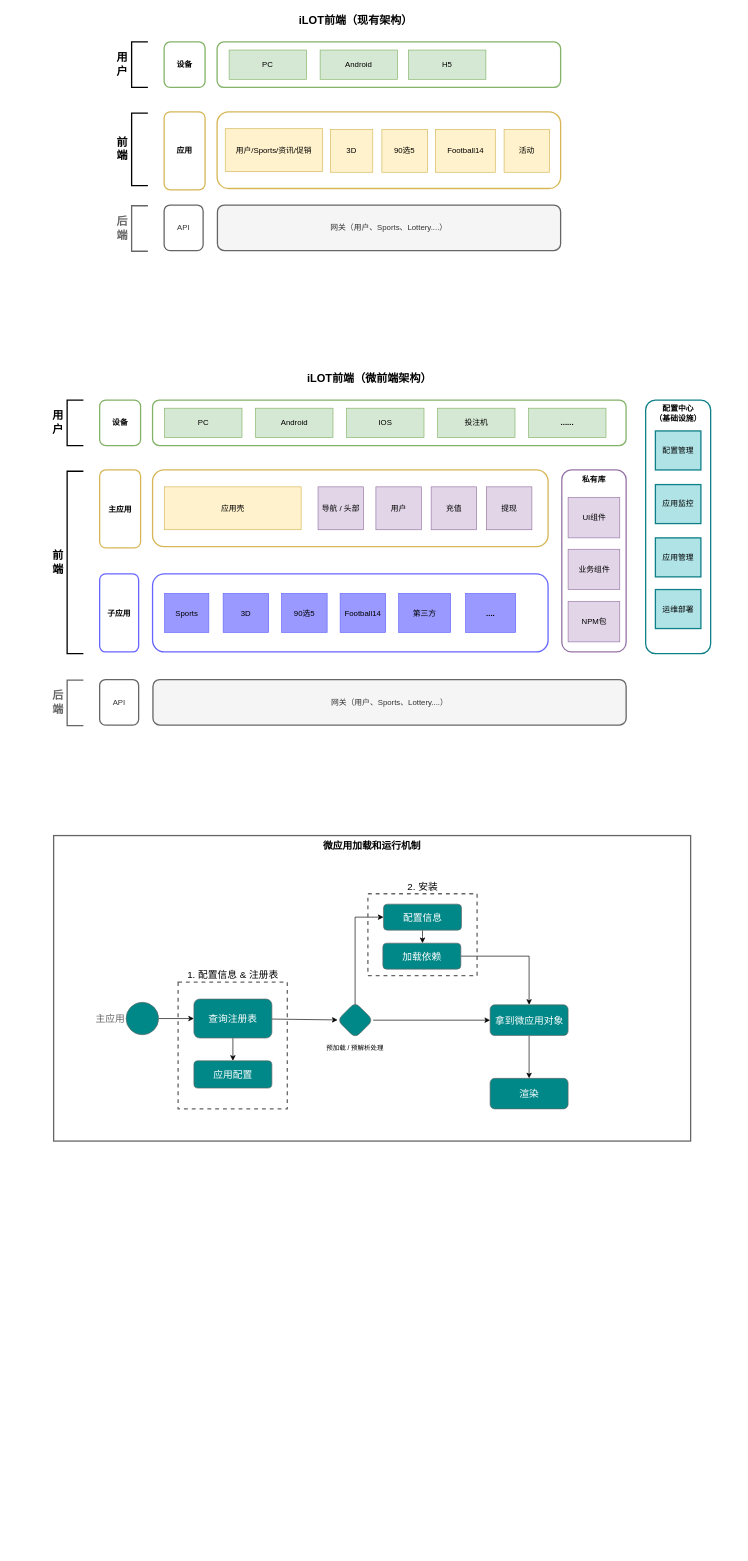
metre/images keeps this draw.io diagram as 前端总架构.drawio. Above is the earlier version. Source tidied: cells renumbered, new cells numbered last; positions are measured from the earlier drawing's top-left corner, leaving out a move shared by most shapes. Both pictures are drawn from the tidied source at 65%, with x=0, y=0 at pixel (53, 11).
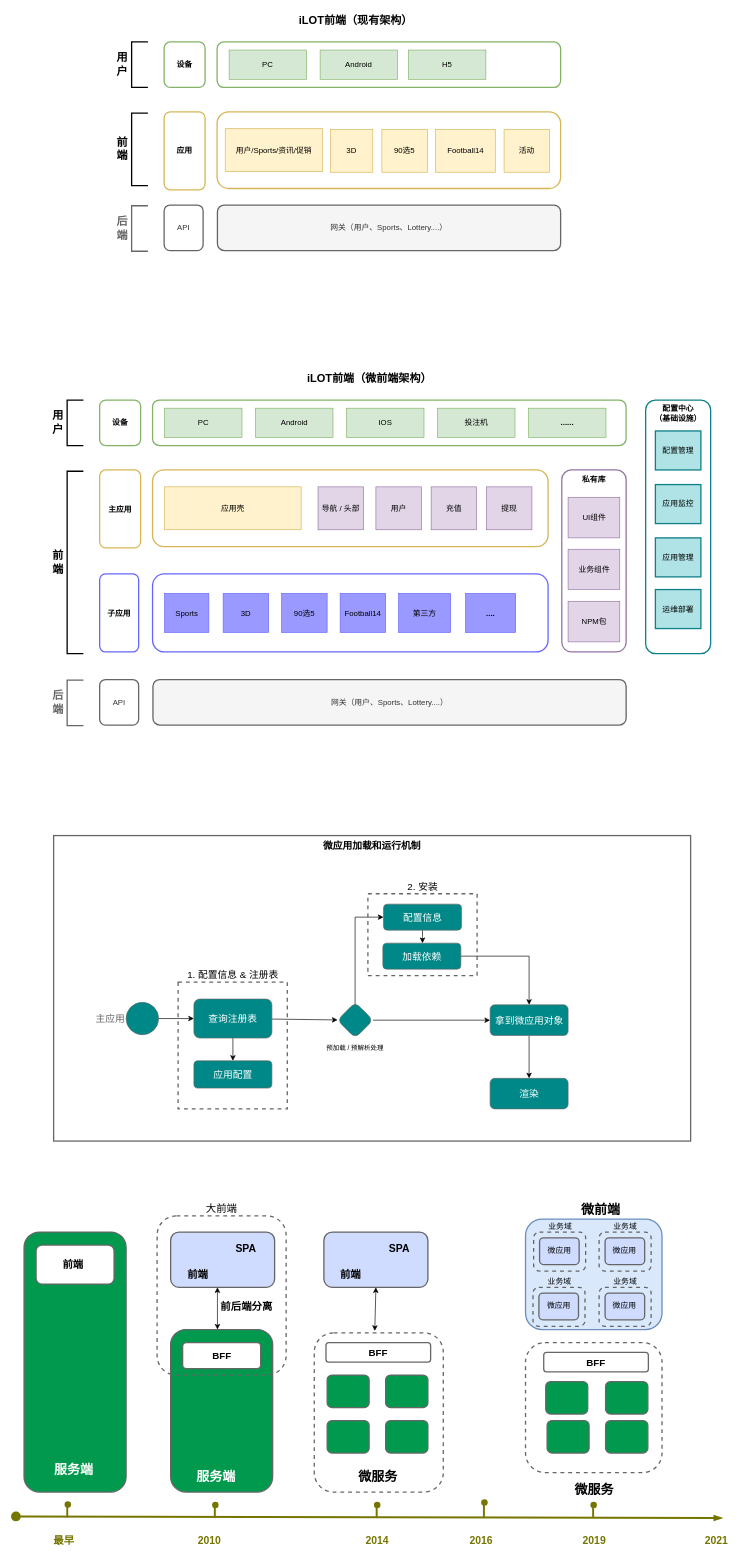
After the change.

Commit message:
前端总架构.drawio

Change to the diagram source:
```diff
@@
+    <mxCell id="77" style="rounded=1;whiteSpace=wrap;html=1;shadow=0;glass=0;sketch=0;fontFamily=Helvetica;fontSize=15;fontColor=#000000;strokeColor=#666666;strokeWidth=2;fillColor=#00994D;align=center;verticalAlign=top;" parent="1" vertex="1">
+      <mxGeometry x="-45.5" y="1878" width="157" height="400" as="geometry" />
+    </mxCell>
+    <mxCell id="78" style="rounded=1;whiteSpace=wrap;html=1;shadow=0;glass=0;sketch=0;fontFamily=Helvetica;fontSize=15;fontColor=#000000;strokeColor=#666666;strokeWidth=2;fillColor=#FFFFFF;align=center;verticalAlign=top;" parent="1" vertex="1">
+      <mxGeometry x="-27" y="1898" width="120" height="60" as="geometry" />
+    </mxCell>
+    <mxCell id="79" value="服务端" style="text;html=1;strokeColor=none;fillColor=none;align=center;verticalAlign=middle;whiteSpace=wrap;rounded=0;shadow=0;glass=0;sketch=0;fontFamily=Helvetica;fontSize=20;fontColor=#FFFFFF;fontStyle=1;" parent="1" vertex="1">
+      <mxGeometry x="-9.2" y="2228" width="80" height="30" as="geometry" />
+    </mxCell>
+    <mxCell id="80" value="前端" style="text;html=1;strokeColor=none;fillColor=none;align=center;verticalAlign=middle;whiteSpace=wrap;rounded=0;shadow=0;glass=0;sketch=0;fontFamily=Helvetica;fontSize=16;fontColor=#000000;fontStyle=1;" parent="1" vertex="1">
+      <mxGeometry y="1913" width="60" height="30" as="geometry" />
+    </mxCell>
+    <mxCell id="81" style="rounded=1;whiteSpace=wrap;html=1;shadow=0;glass=0;sketch=0;fontFamily=Helvetica;fontSize=15;fontColor=#000000;strokeColor=#666666;strokeWidth=2;fillColor=#00994D;align=center;verticalAlign=top;" parent="1" vertex="1">
+      <mxGeometry x="180" y="2028" width="157" height="250" as="geometry" />
+    </mxCell>
+    <mxCell id="82" value="服务端" style="text;html=1;strokeColor=none;fillColor=none;align=center;verticalAlign=middle;whiteSpace=wrap;rounded=0;shadow=0;glass=0;sketch=0;fontFamily=Helvetica;fontSize=20;fontColor=#FFFFFF;fontStyle=1;" parent="1" vertex="1">
+      <mxGeometry x="209.8" y="2238" width="80" height="30" as="geometry" />
+    </mxCell>
+    <mxCell id="83" value="BFF" style="rounded=1;whiteSpace=wrap;html=1;shadow=0;glass=0;sketch=0;fontFamily=Helvetica;fontSize=15;fontColor=#000000;strokeColor=#666666;strokeWidth=2;fillColor=#FFFFFF;align=center;verticalAlign=middle;fontStyle=1;" parent="1" vertex="1">
+      <mxGeometry x="198.5" y="2048" width="120" height="40" as="geometry" />
+    </mxCell>
+    <mxCell id="84" style="rounded=1;whiteSpace=wrap;html=1;shadow=0;glass=0;sketch=0;fontFamily=Helvetica;fontSize=15;fontColor=#000000;strokeColor=#666666;strokeWidth=2;fillColor=#CFDBFF;align=center;verticalAlign=top;" parent="1" vertex="1">
+      <mxGeometry x="180" y="1878" width="160" height="85" as="geometry" />
+    </mxCell>
+    <mxCell id="85" value="前端" style="text;html=1;strokeColor=none;fillColor=none;align=center;verticalAlign=middle;whiteSpace=wrap;rounded=0;shadow=0;glass=0;sketch=0;fontFamily=Helvetica;fontSize=16;fontColor=#000000;fontStyle=1;" parent="1" vertex="1">
+      <mxGeometry x="191.5" y="1928" width="60" height="30" as="geometry" />
+    </mxCell>
+    <mxCell id="86" value="SPA" style="text;html=1;strokeColor=none;fillColor=none;align=center;verticalAlign=middle;whiteSpace=wrap;rounded=0;shadow=0;glass=0;sketch=0;fontFamily=Helvetica;fontSize=16;fontColor=#000000;fontStyle=1;" parent="1" vertex="1">
+      <mxGeometry x="265.8" y="1888" width="60" height="30" as="geometry" />
+    </mxCell>
+    <mxCell id="87" style="endArrow=classic;startArrow=classic;html=1;rounded=0;fontFamily=Helvetica;fontSize=16;fontColor=#000000;jumpStyle=none;exitX=0.459;exitY=0;exitDx=0;exitDy=0;exitPerimeter=0;" parent="1" edge="1" source="81">
+      <mxGeometry relative="1" as="geometry">
+        <mxPoint x="252" y="1963" as="targetPoint" />
+        <Array as="points">
+          <mxPoint x="252" y="1988" />
+        </Array>
+      </mxGeometry>
+    </mxCell>
+    <mxCell id="88" value="前后端分离" style="text;html=1;strokeColor=none;fillColor=none;align=center;verticalAlign=middle;whiteSpace=wrap;rounded=0;shadow=0;glass=0;sketch=0;fontFamily=Helvetica;fontSize=16;fontColor=#000000;fontStyle=1;" parent="1" vertex="1">
+      <mxGeometry x="254" y="1978" width="86" height="30" as="geometry" />
+    </mxCell>
+    <mxCell id="89" value="大前端" style="rounded=1;shadow=0;glass=0;sketch=0;fontFamily=Helvetica;fontSize=16;fontColor=#000000;strokeColor=#666666;strokeWidth=2;fillColor=none;align=center;verticalAlign=bottom;dashed=1;labelPosition=center;verticalLabelPosition=top;html=1;" parent="1" vertex="1">
+      <mxGeometry x="159.2" y="1853" width="198.5" height="245" as="geometry" />
+    </mxCell>
+    <mxCell id="90" style="rounded=1;shadow=0;glass=0;sketch=0;fontFamily=Helvetica;fontSize=16;fontColor=#000000;strokeColor=#666666;strokeWidth=2;fillColor=none;align=center;verticalAlign=bottom;dashed=1;labelPosition=center;verticalLabelPosition=top;html=1;" parent="1" vertex="1">
+      <mxGeometry x="401" y="2033" width="198.5" height="245" as="geometry" />
+    </mxCell>
+    <mxCell id="91" value="BFF" style="rounded=1;whiteSpace=wrap;html=1;shadow=0;glass=0;sketch=0;fontFamily=Helvetica;fontSize=15;fontColor=#000000;strokeColor=#666666;strokeWidth=2;fillColor=#FFFFFF;align=center;verticalAlign=middle;fontStyle=1;" parent="1" vertex="1">
+      <mxGeometry x="419" y="2048" width="161" height="30" as="geometry" />
+    </mxCell>
+    <mxCell id="92" style="rounded=1;whiteSpace=wrap;html=1;shadow=0;glass=0;sketch=0;fontFamily=Helvetica;fontSize=15;fontColor=#000000;strokeColor=#666666;strokeWidth=2;fillColor=#00994D;align=center;verticalAlign=top;" parent="1" vertex="1">
+      <mxGeometry x="510.8" y="2098" width="65" height="50" as="geometry" />
+    </mxCell>
+    <mxCell id="93" style="rounded=1;whiteSpace=wrap;html=1;shadow=0;glass=0;sketch=0;fontFamily=Helvetica;fontSize=15;fontColor=#000000;strokeColor=#666666;strokeWidth=2;fillColor=#00994D;align=center;verticalAlign=top;" parent="1" vertex="1">
+      <mxGeometry x="420.8" y="2098" width="64.6" height="50" as="geometry" />
+    </mxCell>
+    <mxCell id="94" style="rounded=1;whiteSpace=wrap;html=1;shadow=0;glass=0;sketch=0;fontFamily=Helvetica;fontSize=15;fontColor=#000000;strokeColor=#666666;strokeWidth=2;fillColor=#00994D;align=center;verticalAlign=top;" parent="1" vertex="1">
+      <mxGeometry x="510.8" y="2168" width="65" height="50" as="geometry" />
+    </mxCell>
+    <mxCell id="95" style="rounded=1;whiteSpace=wrap;html=1;shadow=0;glass=0;sketch=0;fontFamily=Helvetica;fontSize=15;fontColor=#000000;strokeColor=#666666;strokeWidth=2;fillColor=#00994D;align=center;verticalAlign=top;" parent="1" vertex="1">
+      <mxGeometry x="420.8" y="2168" width="64.6" height="50" as="geometry" />
+    </mxCell>
+    <mxCell id="96" value="微服务" style="text;html=1;strokeColor=none;fillColor=none;align=center;verticalAlign=middle;whiteSpace=wrap;rounded=0;shadow=0;glass=0;sketch=0;fontFamily=Helvetica;fontSize=20;fontColor=#000000;fontStyle=1;" parent="1" vertex="1">
+      <mxGeometry x="459" y="2238" width="80" height="30" as="geometry" />
+    </mxCell>
+    <mxCell id="97" style="rounded=1;whiteSpace=wrap;html=1;shadow=0;glass=0;sketch=0;fontFamily=Helvetica;fontSize=15;fontColor=#000000;strokeColor=#666666;strokeWidth=2;fillColor=#CFDBFF;align=center;verticalAlign=top;" parent="1" vertex="1">
+      <mxGeometry x="415.8" y="1878" width="160" height="85" as="geometry" />
+    </mxCell>
+    <mxCell id="98" value="前端" style="text;html=1;strokeColor=none;fillColor=none;align=center;verticalAlign=middle;whiteSpace=wrap;rounded=0;shadow=0;glass=0;sketch=0;fontFamily=Helvetica;fontSize=16;fontColor=#000000;fontStyle=1;" parent="1" vertex="1">
+      <mxGeometry x="427.2" y="1928" width="60" height="30" as="geometry" />
+    </mxCell>
+    <mxCell id="99" value="SPA" style="text;html=1;strokeColor=none;fillColor=none;align=center;verticalAlign=middle;whiteSpace=wrap;rounded=0;shadow=0;glass=0;sketch=0;fontFamily=Helvetica;fontSize=16;fontColor=#000000;fontStyle=1;" parent="1" vertex="1">
+      <mxGeometry x="501.5" y="1888" width="60" height="30" as="geometry" />
+    </mxCell>
+    <mxCell id="100" style="endArrow=classic;startArrow=classic;html=1;rounded=0;fontFamily=Helvetica;fontSize=16;fontColor=#000000;jumpStyle=none;exitX=0.469;exitY=-0.012;exitDx=0;exitDy=0;exitPerimeter=0;entryX=0.5;entryY=1;entryDx=0;entryDy=0;" parent="1" edge="1" source="90" target="97">
+      <mxGeometry relative="1" as="geometry" />
+    </mxCell>
+    <mxCell id="101" style="rounded=1;shadow=0;glass=0;sketch=0;fontFamily=Helvetica;fontSize=16;fontColor=#000000;strokeColor=#666666;strokeWidth=2;fillColor=none;align=center;verticalAlign=bottom;dashed=1;labelPosition=center;verticalLabelPosition=top;html=1;" parent="1" vertex="1">
+      <mxGeometry x="726" y="2048" width="210" height="200" as="geometry" />
+    </mxCell>
+    <mxCell id="102" value="微服务" style="text;html=1;strokeColor=none;fillColor=none;align=center;verticalAlign=middle;whiteSpace=wrap;rounded=0;shadow=0;glass=0;sketch=0;fontFamily=Helvetica;fontSize=20;fontColor=#000000;fontStyle=1;" parent="1" vertex="1">
+      <mxGeometry x="791.8" y="2258" width="80" height="30" as="geometry" />
+    </mxCell>
+    <mxCell id="103" style="rounded=1;shadow=0;glass=0;sketch=0;fontFamily=Helvetica;fontSize=16;strokeColor=#6c8ebf;strokeWidth=2;fillColor=#dae8fc;align=center;verticalAlign=bottom;labelPosition=center;verticalLabelPosition=top;html=1;" parent="1" vertex="1">
+      <mxGeometry x="726" y="1858" width="210" height="170" as="geometry" />
+    </mxCell>
+    <mxCell id="104" value="微前端" style="text;html=1;strokeColor=none;fillColor=none;align=center;verticalAlign=middle;whiteSpace=wrap;rounded=0;shadow=0;glass=0;sketch=0;fontFamily=Helvetica;fontSize=20;fontColor=#000000;fontStyle=1;" parent="1" vertex="1">
+      <mxGeometry x="801.8" y="1828" width="80" height="30" as="geometry" />
+    </mxCell>
+    <mxCell id="105" style="rounded=1;whiteSpace=wrap;html=1;shadow=0;glass=0;sketch=0;fontFamily=Helvetica;fontSize=15;fontColor=#000000;strokeColor=#666666;strokeWidth=2;fillColor=#00994D;align=center;verticalAlign=top;" parent="1" vertex="1">
+      <mxGeometry x="849.2" y="2108" width="65" height="50" as="geometry" />
+    </mxCell>
+    <mxCell id="106" style="rounded=1;whiteSpace=wrap;html=1;shadow=0;glass=0;sketch=0;fontFamily=Helvetica;fontSize=15;fontColor=#000000;strokeColor=#666666;strokeWidth=2;fillColor=#00994D;align=center;verticalAlign=top;" parent="1" vertex="1">
+      <mxGeometry x="757.1" y="2108" width="64.6" height="50" as="geometry" />
+    </mxCell>
+    <mxCell id="107" style="rounded=1;whiteSpace=wrap;html=1;shadow=0;glass=0;sketch=0;fontFamily=Helvetica;fontSize=15;fontColor=#000000;strokeColor=#666666;strokeWidth=2;fillColor=#00994D;align=center;verticalAlign=top;" parent="1" vertex="1">
+      <mxGeometry x="849.2" y="2168" width="65" height="50" as="geometry" />
+    </mxCell>
+    <mxCell id="108" style="rounded=1;whiteSpace=wrap;html=1;shadow=0;glass=0;sketch=0;fontFamily=Helvetica;fontSize=15;fontColor=#000000;strokeColor=#666666;strokeWidth=2;fillColor=#00994D;align=center;verticalAlign=top;" parent="1" vertex="1">
+      <mxGeometry x="759.2" y="2168" width="64.6" height="50" as="geometry" />
+    </mxCell>
+    <mxCell id="109" value="业务域" style="rounded=1;shadow=0;glass=0;sketch=0;fontFamily=Helvetica;fontSize=12;fontColor=#000000;strokeColor=#666666;strokeWidth=2;fillColor=none;align=center;verticalAlign=bottom;dashed=1;labelPosition=center;verticalLabelPosition=top;html=1;" parent="1" vertex="1">
+      <mxGeometry x="738.5" y="1878" width="80" height="60" as="geometry" />
+    </mxCell>
+    <mxCell id="110" value="微应用" style="rounded=1;whiteSpace=wrap;html=1;shadow=0;glass=0;sketch=0;fontFamily=Helvetica;fontSize=12;fontColor=#000000;strokeColor=#666666;strokeWidth=2;fillColor=#CFDBFF;align=center;verticalAlign=middle;" parent="1" vertex="1">
+      <mxGeometry x="747.6" y="1886.8" width="60.9" height="41.2" as="geometry" />
+    </mxCell>
+    <mxCell id="111" value="业务域" style="rounded=1;shadow=0;glass=0;sketch=0;fontFamily=Helvetica;fontSize=12;fontColor=#000000;strokeColor=#666666;strokeWidth=2;fillColor=none;align=center;verticalAlign=bottom;dashed=1;labelPosition=center;verticalLabelPosition=top;html=1;" parent="1" vertex="1">
+      <mxGeometry x="839.2" y="1878" width="80" height="60" as="geometry" />
+    </mxCell>
+    <mxCell id="112" value="微应用" style="rounded=1;whiteSpace=wrap;html=1;shadow=0;glass=0;sketch=0;fontFamily=Helvetica;fontSize=12;fontColor=#000000;strokeColor=#666666;strokeWidth=2;fillColor=#CFDBFF;align=center;verticalAlign=middle;" parent="1" vertex="1">
+      <mxGeometry x="848.4" y="1886.8" width="60.9" height="41.2" as="geometry" />
+    </mxCell>
+    <mxCell id="113" value="业务域" style="rounded=1;shadow=0;glass=0;sketch=0;fontFamily=Helvetica;fontSize=12;fontColor=#000000;strokeColor=#666666;strokeWidth=2;fillColor=none;align=center;verticalAlign=bottom;dashed=1;labelPosition=center;verticalLabelPosition=top;html=1;" parent="1" vertex="1">
+      <mxGeometry x="737.5" y="1963" width="80" height="60" as="geometry" />
+    </mxCell>
+    <mxCell id="114" value="微应用" style="rounded=1;whiteSpace=wrap;html=1;shadow=0;glass=0;sketch=0;fontFamily=Helvetica;fontSize=12;fontColor=#000000;strokeColor=#666666;strokeWidth=2;fillColor=#CFDBFF;align=center;verticalAlign=middle;" parent="1" vertex="1">
+      <mxGeometry x="746.6" y="1971.8" width="60.9" height="41.2" as="geometry" />
+    </mxCell>
+    <mxCell id="115" value="业务域" style="rounded=1;shadow=0;glass=0;sketch=0;fontFamily=Helvetica;fontSize=12;fontColor=#000000;strokeColor=#666666;strokeWidth=2;fillColor=none;align=center;verticalAlign=bottom;dashed=1;labelPosition=center;verticalLabelPosition=top;html=1;" parent="1" vertex="1">
+      <mxGeometry x="839.2" y="1963" width="80" height="60" as="geometry" />
+    </mxCell>
+    <mxCell id="116" value="微应用" style="rounded=1;whiteSpace=wrap;html=1;shadow=0;glass=0;sketch=0;fontFamily=Helvetica;fontSize=12;fontColor=#000000;strokeColor=#666666;strokeWidth=2;fillColor=#CFDBFF;align=center;verticalAlign=middle;" parent="1" vertex="1">
+      <mxGeometry x="848.4" y="1971.8" width="60.9" height="41.2" as="geometry" />
+    </mxCell>
+    <mxCell id="117" value="BFF" style="rounded=1;whiteSpace=wrap;html=1;shadow=0;glass=0;sketch=0;fontFamily=Helvetica;fontSize=15;fontColor=#000000;strokeColor=#666666;strokeWidth=2;fillColor=#FFFFFF;align=center;verticalAlign=middle;fontStyle=1;" parent="1" vertex="1">
+      <mxGeometry x="754" y="2063" width="161" height="30" as="geometry" />
+    </mxCell>
+    <mxCell id="118" style="ellipse;whiteSpace=wrap;html=1;rounded=1;shadow=0;glass=0;sketch=0;fontFamily=Helvetica;fontSize=12;fontColor=#000000;strokeColor=none;strokeWidth=6;fillColor=#757500;align=center;verticalAlign=middle;" parent="1" vertex="1">
+      <mxGeometry x="-65.5" y="2308" width="15" height="15" as="geometry" />
+    </mxCell>
+    <mxCell id="119" style="endArrow=blockThin;html=1;rounded=0;fontFamily=Helvetica;fontSize=12;fontColor=#000000;strokeColor=#757500;strokeWidth=3;jumpStyle=none;exitX=1;exitY=0.5;exitDx=0;exitDy=0;endFill=1;shadow=0;sketch=0;" parent="1" edge="1">
+      <mxGeometry relative="1" as="geometry">
+        <mxPoint x="-51.5" y="2315.5" as="sourcePoint" />
+        <mxPoint x="1029" y="2318" as="targetPoint" />
+      </mxGeometry>
+    </mxCell>
+    <mxCell id="120" style="ellipse;whiteSpace=wrap;html=1;rounded=1;shadow=0;glass=0;sketch=0;fontFamily=Helvetica;fontSize=12;fontColor=#000000;strokeColor=none;strokeWidth=6;fillColor=#757500;align=center;verticalAlign=middle;" parent="1" vertex="1">
+      <mxGeometry x="825.8" y="2293" width="10" height="10" as="geometry" />
+    </mxCell>
+    <mxCell id="121" style="endArrow=none;html=1;rounded=0;fontFamily=Helvetica;fontSize=12;fontColor=#000000;strokeColor=#757500;strokeWidth=3;jumpStyle=none;" parent="1" edge="1">
+      <mxGeometry relative="1" as="geometry">
+        <mxPoint x="830" y="2318" as="sourcePoint" />
+        <mxPoint x="830" y="2298" as="targetPoint" />
+      </mxGeometry>
+    </mxCell>
+    <mxCell id="122" style="ellipse;whiteSpace=wrap;html=1;rounded=1;shadow=0;glass=0;sketch=0;fontFamily=Helvetica;fontSize=12;fontColor=#000000;strokeColor=none;strokeWidth=6;fillColor=#757500;align=center;verticalAlign=middle;" parent="1" vertex="1">
+      <mxGeometry x="16.8" y="2292" width="10" height="10" as="geometry" />
+    </mxCell>
+    <mxCell id="123" style="endArrow=none;html=1;rounded=0;fontFamily=Helvetica;fontSize=12;fontColor=#000000;strokeColor=#757500;strokeWidth=3;jumpStyle=none;" parent="1" edge="1">
+      <mxGeometry relative="1" as="geometry">
+        <mxPoint x="21" y="2317" as="sourcePoint" />
+        <mxPoint x="21" y="2297" as="targetPoint" />
+      </mxGeometry>
+    </mxCell>
+    <mxCell id="124" style="ellipse;whiteSpace=wrap;html=1;rounded=1;shadow=0;glass=0;sketch=0;fontFamily=Helvetica;fontSize=12;fontColor=#000000;strokeColor=none;strokeWidth=6;fillColor=#757500;align=center;verticalAlign=middle;" parent="1" vertex="1">
+      <mxGeometry x="243.8" y="2293" width="10" height="10" as="geometry" />
+    </mxCell>
+    <mxCell id="125" style="endArrow=none;html=1;rounded=0;fontFamily=Helvetica;fontSize=12;fontColor=#000000;strokeColor=#757500;strokeWidth=3;jumpStyle=none;" parent="1" edge="1">
+      <mxGeometry relative="1" as="geometry">
+        <mxPoint x="248" y="2318" as="sourcePoint" />
+        <mxPoint x="248" y="2298" as="targetPoint" />
+      </mxGeometry>
+    </mxCell>
+    <mxCell id="126" style="ellipse;whiteSpace=wrap;html=1;rounded=1;shadow=0;glass=0;sketch=0;fontFamily=Helvetica;fontSize=12;fontColor=#000000;strokeColor=none;strokeWidth=6;fillColor=#757500;align=center;verticalAlign=middle;" parent="1" vertex="1">
+      <mxGeometry x="492.8" y="2293" width="10" height="10" as="geometry" />
+    </mxCell>
+    <mxCell id="127" style="endArrow=none;html=1;rounded=0;fontFamily=Helvetica;fontSize=12;fontColor=#000000;strokeColor=#757500;strokeWidth=3;jumpStyle=none;" parent="1" edge="1">
+      <mxGeometry relative="1" as="geometry">
+        <mxPoint x="497" y="2318" as="sourcePoint" />
+        <mxPoint x="497" y="2298" as="targetPoint" />
+      </mxGeometry>
+    </mxCell>
+    <mxCell id="128" value="最早" style="text;html=1;strokeColor=none;fillColor=none;align=center;verticalAlign=middle;whiteSpace=wrap;rounded=0;shadow=0;glass=0;sketch=0;fontFamily=Helvetica;fontSize=16;fontColor=#757500;fontStyle=1;" parent="1" vertex="1">
+      <mxGeometry x="-14" y="2338" width="60" height="30" as="geometry" />
+    </mxCell>
+    <mxCell id="129" value="2010" style="text;html=1;strokeColor=none;fillColor=none;align=center;verticalAlign=middle;whiteSpace=wrap;rounded=0;shadow=0;glass=0;sketch=0;fontFamily=Helvetica;fontSize=16;fontColor=#757500;fontStyle=1;" parent="1" vertex="1">
+      <mxGeometry x="209.8" y="2338" width="60" height="30" as="geometry" />
+    </mxCell>
+    <mxCell id="130" value="2014" style="text;html=1;strokeColor=none;fillColor=none;align=center;verticalAlign=middle;whiteSpace=wrap;rounded=0;shadow=0;glass=0;sketch=0;fontFamily=Helvetica;fontSize=16;fontColor=#757500;fontStyle=1;" parent="1" vertex="1">
+      <mxGeometry x="467.8" y="2338" width="60" height="30" as="geometry" />
+    </mxCell>
+    <mxCell id="131" style="ellipse;whiteSpace=wrap;html=1;rounded=1;shadow=0;glass=0;sketch=0;fontFamily=Helvetica;fontSize=12;fontColor=#000000;strokeColor=none;strokeWidth=6;fillColor=#757500;align=center;verticalAlign=middle;" parent="1" vertex="1">
+      <mxGeometry x="657.8" y="2289" width="10" height="10" as="geometry" />
+    </mxCell>
+    <mxCell id="132" style="endArrow=none;html=1;rounded=0;fontFamily=Helvetica;fontSize=12;fontColor=#000000;strokeColor=#757500;strokeWidth=3;jumpStyle=none;" parent="1" edge="1">
+      <mxGeometry relative="1" as="geometry">
+        <mxPoint x="662" y="2317" as="sourcePoint" />
+        <mxPoint x="662" y="2297" as="targetPoint" />
+      </mxGeometry>
+    </mxCell>
+    <mxCell id="133" value="2016" style="text;html=1;strokeColor=none;fillColor=none;align=center;verticalAlign=middle;whiteSpace=wrap;rounded=0;shadow=0;glass=0;sketch=0;fontFamily=Helvetica;fontSize=16;fontColor=#757500;fontStyle=1;" parent="1" vertex="1">
+      <mxGeometry x="627.5" y="2338" width="60" height="30" as="geometry" />
+    </mxCell>
+    <mxCell id="134" value="2019" style="text;html=1;strokeColor=none;fillColor=none;align=center;verticalAlign=middle;whiteSpace=wrap;rounded=0;shadow=0;glass=0;sketch=0;fontFamily=Helvetica;fontSize=16;fontColor=#757500;fontStyle=1;" parent="1" vertex="1">
+      <mxGeometry x="801.8" y="2338" width="60" height="30" as="geometry" />
+    </mxCell>
+    <mxCell id="135" value="2021" style="text;html=1;strokeColor=none;fillColor=none;align=center;verticalAlign=middle;whiteSpace=wrap;rounded=0;shadow=0;glass=0;sketch=0;fontFamily=Helvetica;fontSize=16;fontColor=#757500;fontStyle=1;" parent="1" vertex="1">
+      <mxGeometry x="990" y="2338" width="60" height="30" as="geometry" />
+    </mxCell>
```
